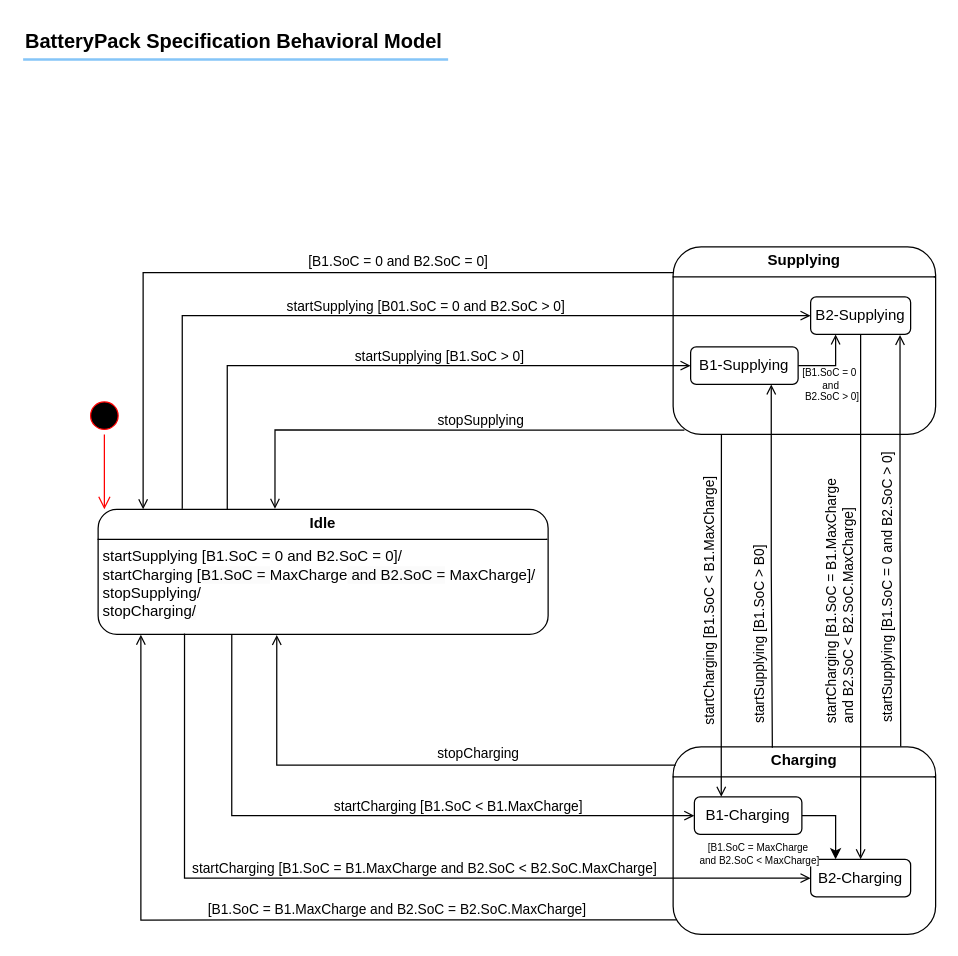
Earlier version of the draw.io diagram KobrA-BatteryPack-Specification-Behavioral-Model-v4.drawio (Mohammad-Si/convide-A02-MVE). Source tidied: cells renumbered, new cells numbered last; positions are measured from the earlier drawing's top-left corner, leaving out a move shared by most shapes. Both pictures are drawn from the tidied source at 125%, with x=0, y=0 at pixel (22, 21).
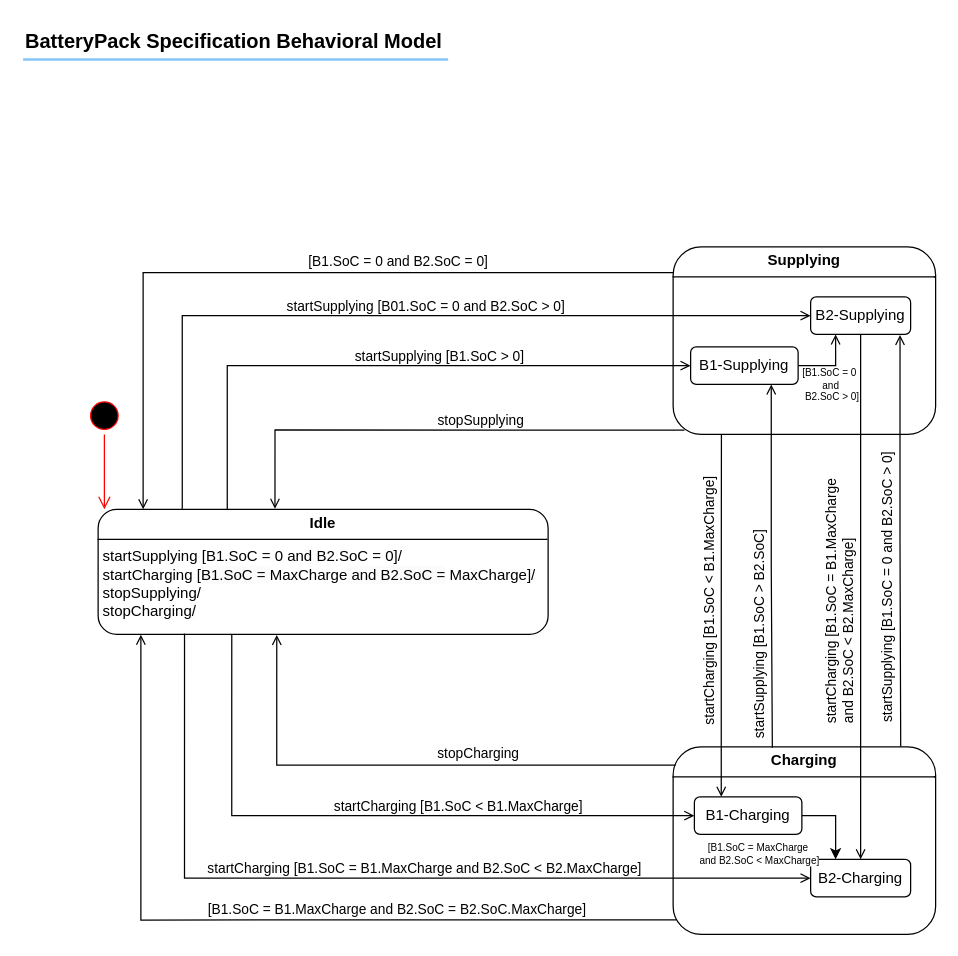
The same diagram, later.

Unchanged cells that the change refers to:
```xml
<mxCell id="32" style="edgeStyle=orthogonalEdgeStyle;rounded=0;jettySize=auto;html=1;entryX=0.192;entryY=0.994;entryDx=0;entryDy=0;entryPerimeter=0;endArrow=none;endFill=0;startArrow=open;startFill=0;" parent="1" edge="1" source="16" target="6">
  <mxGeometry relative="1" as="geometry" />
</mxCell>
<mxCell id="34" style="edgeStyle=orthogonalEdgeStyle;rounded=0;jettySize=auto;html=1;entryX=0.5;entryY=0;entryDx=0;entryDy=0;strokeColor=default;align=center;verticalAlign=middle;fontFamily=Helvetica;fontSize=11;fontColor=default;labelBackgroundColor=default;endArrow=open;endFill=0;" parent="1" edge="1" source="11" target="16">
  <mxGeometry relative="1" as="geometry" />
</mxCell>
<mxCell id="38" style="edgeStyle=orthogonalEdgeStyle;rounded=0;jettySize=auto;html=1;exitX=0.75;exitY=1;exitDx=0;exitDy=0;entryX=0.378;entryY=0.005;entryDx=0;entryDy=0;entryPerimeter=0;endArrow=none;endFill=0;startArrow=open;startFill=0;" parent="1" edge="1" source="10" target="13">
  <mxGeometry relative="1" as="geometry" />
</mxCell>
```

What changed in the source:
```diff
@@
-    <mxCell id="33" value="startCharging [B1.SoC = B1.MaxCharge and B2.SoC &amp;lt; B2.SoC.MaxCharge]" style="edgeLabel;html=1;align=center;verticalAlign=middle;labelBackgroundColor=none;" parent="32" vertex="1">
+    <mxCell id="33" value="startCharging [B1.SoC = B1.MaxCharge and B2.SoC &amp;lt; B2.MaxCharge]" style="edgeLabel;html=1;align=center;verticalAlign=middle;labelBackgroundColor=none;" parent="32" vertex="1">
       <mxGeometry x="-0.02" relative="1" as="geometry">
         <mxPoint x="31" y="-9" as="offset" />
       </mxGeometry>
     </mxCell>
@@
-    <mxCell id="35" value="&lt;span style=&quot;&quot;&gt;startCharging [B1.SoC = B1.MaxCharge&amp;nbsp;&lt;/span&gt;&lt;div&gt;&lt;span style=&quot;&quot;&gt;and B2.SoC &amp;lt; B2.SoC.MaxCharge]&lt;/span&gt;&lt;/div&gt;" style="edgeLabel;html=1;align=left;verticalAlign=middle;rotation=270;labelBackgroundColor=none;" parent="34" vertex="1">
+    <mxCell id="35" value="&lt;span style=&quot;&quot;&gt;startCharging [B1.SoC = B1.MaxCharge&amp;nbsp;&lt;/span&gt;&lt;div&gt;&lt;span style=&quot;&quot;&gt;and B2.SoC &amp;lt; B2.MaxCharge]&lt;/span&gt;&lt;/div&gt;" style="edgeLabel;html=1;align=left;verticalAlign=middle;rotation=270;labelBackgroundColor=none;" parent="34" vertex="1">
       <mxGeometry x="-0.02" y="-1" relative="1" as="geometry">
         <mxPoint x="-16" y="108" as="offset" />
       </mxGeometry>
     </mxCell>
@@
-    <mxCell id="39" value="startSupplying [B1.SoC &amp;gt; B0]" style="edgeLabel;html=1;align=center;verticalAlign=middle;rotation=270;labelBackgroundColor=none;" parent="38" vertex="1">
+    <mxCell id="39" value="startSupplying [B1.SoC &amp;gt; B2.SoC]" style="edgeLabel;html=1;align=center;verticalAlign=middle;rotation=270;labelBackgroundColor=none;" parent="38" vertex="1">
       <mxGeometry x="0.33" y="-1" relative="1" as="geometry">
         <mxPoint x="-10" y="8" as="offset" />
       </mxGeometry>
     </mxCell>
```
